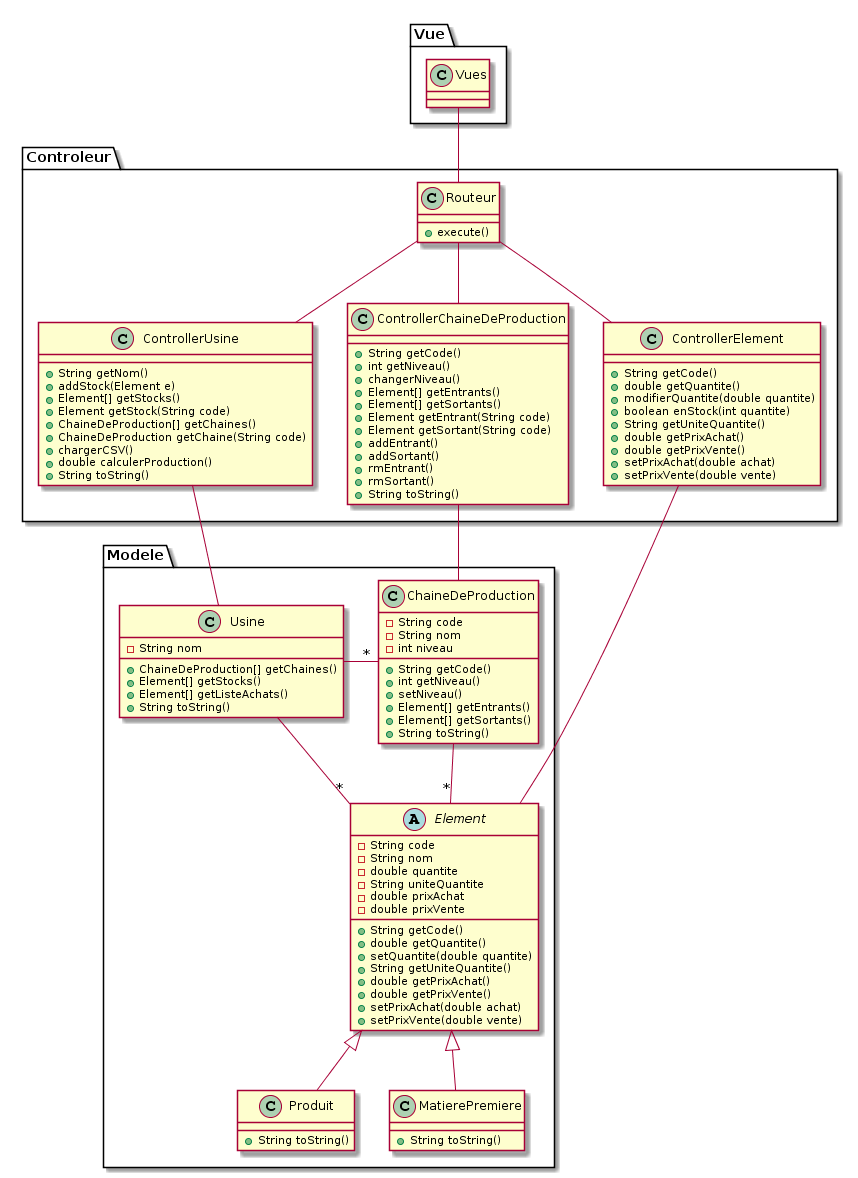
Above: uml.png in TovarichMFS/leprojet (PlantUML), before the change.
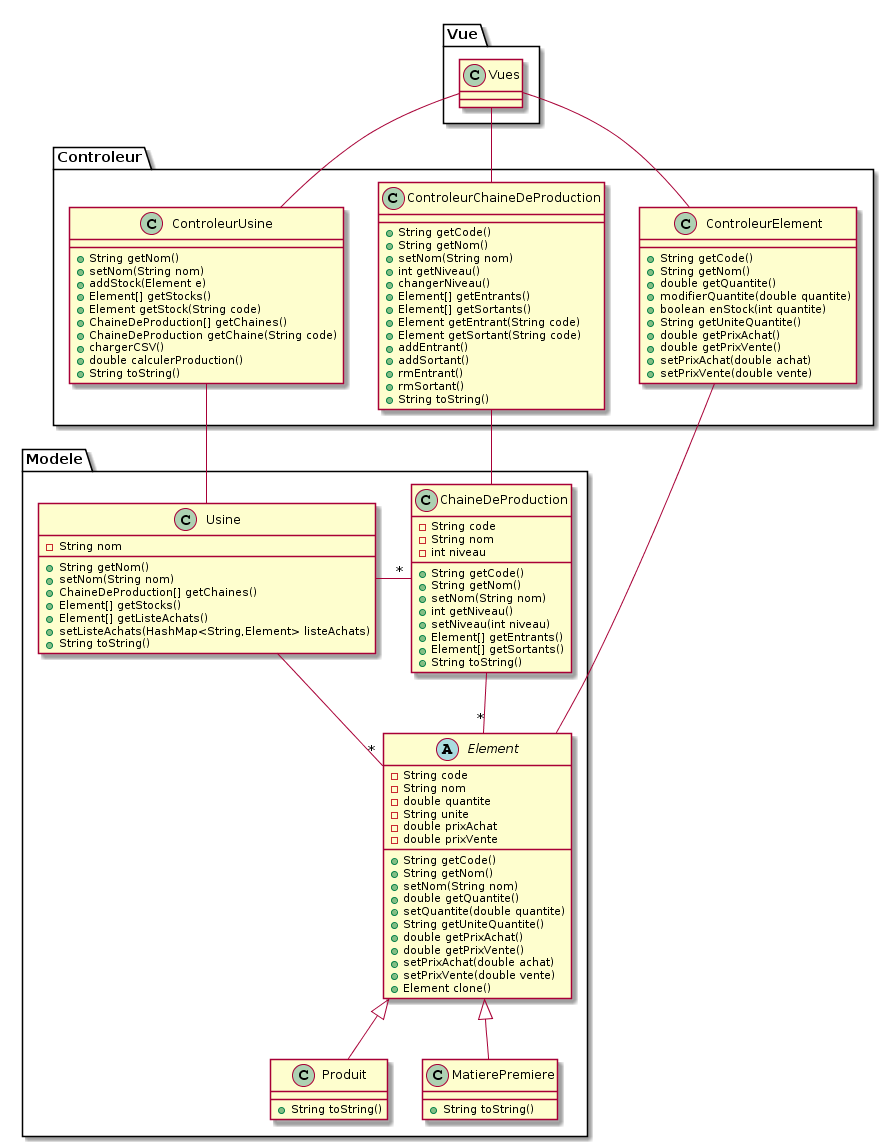
After the commit.

Commit message:
maj uml

What changed in the source:
```diff
@@ -4,10 +4,12 @@
 -String code
 -String nom
 -double quantite
--String uniteQuantite
+-String unite
 -double prixAchat
 -double prixVente
 +String getCode()
++String getNom()
++setNom(String nom)
 +double getQuantite()
 +setQuantite(double quantite)
 +String getUniteQuantite()
@@ -15,6 +17,7 @@
 +double getPrixVente()
 +setPrixAchat(double achat)
 +setPrixVente(double vente)
++Element clone()
 }
 
 Produit : +String toString()
@@ -26,8 +29,10 @@
 -String nom
 -int niveau
 +String getCode()
++String getNom()
++setNom(String nom)
 +int getNiveau()
-+setNiveau()
++setNiveau(int niveau)
 +Element[] getEntrants()
 +Element[] getSortants()
 +String toString()
@@ -35,21 +40,22 @@
 
 class Usine {
 -String nom
++String getNom()
++setNom(String nom)
 +ChaineDeProduction[] getChaines()
 +Element[] getStocks()
 +Element[] getListeAchats()
++setListeAchats(HashMap<String,Element> listeAchats)
 +String toString()
 }
 
 }
 
 package Controleur {
-class Routeur {
-+execute()
-}
 
-class ControllerElement {
+class ControleurElement {
 +String getCode()
++String getNom()
 +double getQuantite()
 +modifierQuantite(double quantite)
 +boolean enStock(int quantite)
@@ -60,8 +66,10 @@
 +setPrixVente(double vente)
 }
 
-class ControllerChaineDeProduction {
+class ControleurChaineDeProduction {
 +String getCode()
++String getNom()
++setNom(String nom)
 +int getNiveau()
 +changerNiveau()
 +Element[] getEntrants()
@@ -75,8 +83,9 @@
 +String toString()
 }
 
-class ControllerUsine {
+class ControleurUsine {
 +String getNom()
++setNom(String nom)
 +addStock(Element e)
 +Element[] getStocks()
 +Element getStock(String code)
@@ -97,13 +106,12 @@
 
 }
 
-Vues -down- Routeur
-Routeur -down- ControllerElement
-Routeur -down- ControllerChaineDeProduction
-Routeur -down- ControllerUsine
-Element -up- ControllerElement
-ChaineDeProduction -up- ControllerChaineDeProduction
-Usine -up- ControllerUsine
+Vues -down- ControleurElement
+Vues -down- ControleurChaineDeProduction
+Vues -down- ControleurUsine
+Element -up- ControleurElement
+ChaineDeProduction -up- ControleurChaineDeProduction
+Usine -up- ControleurUsine
 Usine -right- "*" ChaineDeProduction
 Usine -down- "*" Element
 ChaineDeProduction -down- "*" Element
```
